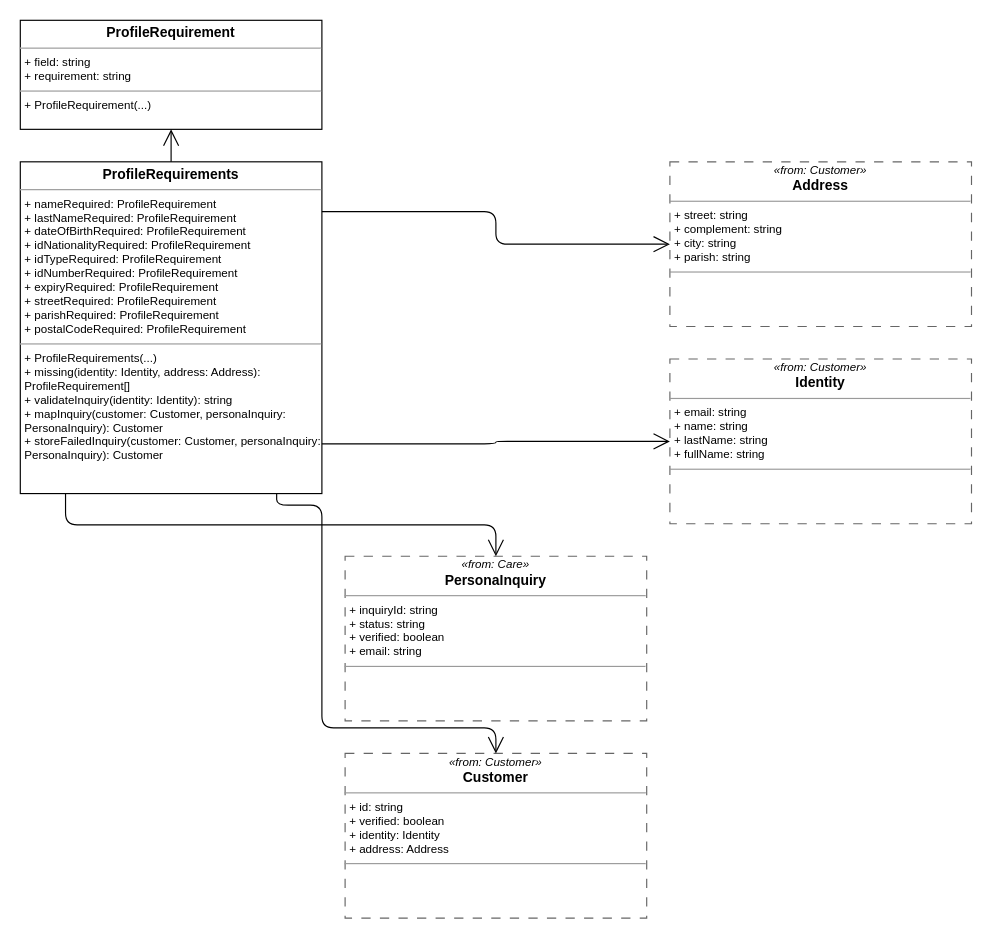
The draw.io diagram practices/clean_engineering/model/.examples/actual/from-drawio/to-drawio/KYC/kyc.drawio in abd-works/abd-context-driven-delivery, before the edit. Source tidied: cells renumbered, new cells numbered last; positions are measured from the earlier drawing's top-left corner, leaving out a move shared by most shapes. Both pictures are drawn from the tidied source at 116%, with x=0, y=0 at pixel (20, 20).
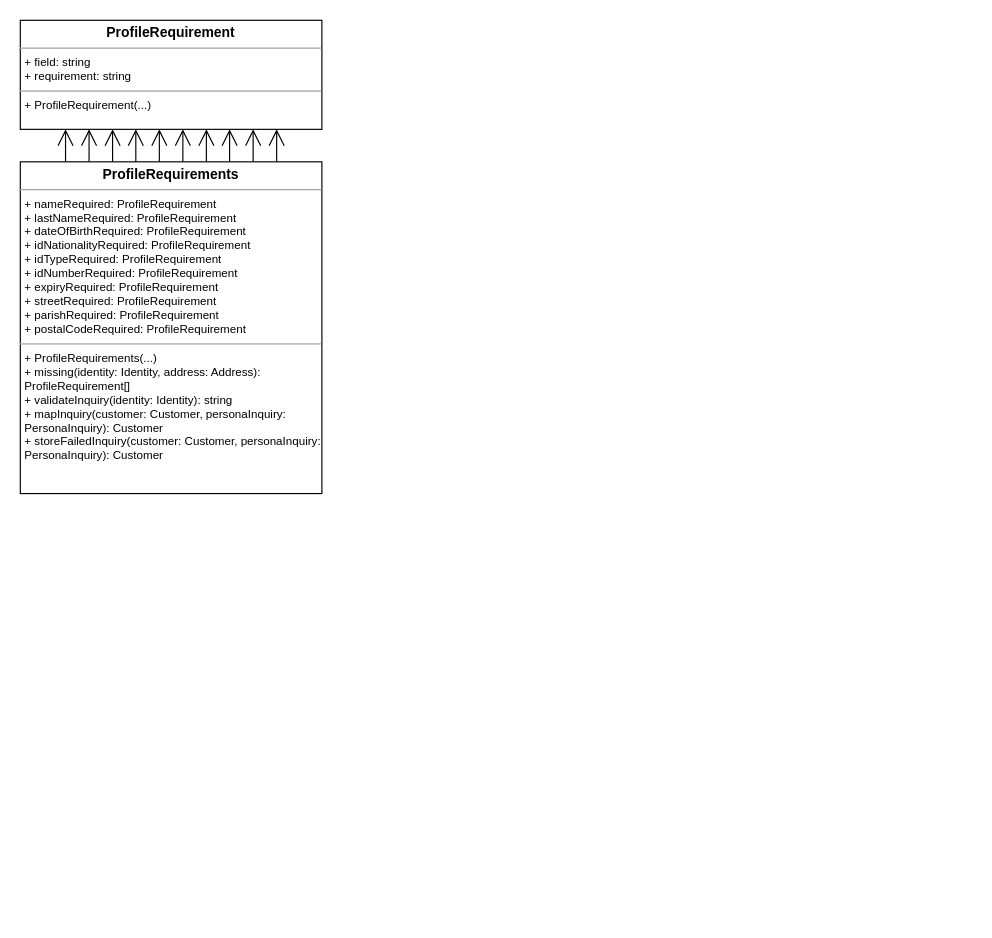
Above is the later version.

Diff of the diagram source:
```diff
@@
 <mxGraphModel>
   <root>
     <mxCell id="0" />
     <mxCell id="1" parent="0" />
-    <mxCell id="2" value="&lt;p style=&quot;margin:0px;margin-top:2px;text-align:center;font-size:10px;&quot;&gt;&lt;i&gt;«from: Care»&lt;/i&gt;&lt;/p&gt;&lt;p style=&quot;margin:0px;text-align:center;&quot;&gt;&lt;b&gt;PersonaInquiry&lt;/b&gt;&lt;/p&gt;&lt;hr size=&quot;1&quot;/&gt;&lt;p style=&quot;margin:0px;margin-left:4px;font-size:10px;&quot;&gt;+ inquiryId: string&lt;br/&gt;+ status: string&lt;br/&gt;+ verified: boolean&lt;br/&gt;+ email: string&lt;br/&gt;&lt;/p&gt;&lt;hr size=&quot;1&quot;/&gt;&lt;p style=&quot;margin:0px;margin-left:4px;font-size:10px;&quot;&gt;&lt;br/&gt;&lt;/p&gt;" style="verticalAlign=top;align=left;overflow=fill;fontSize=12;fontFamily=Helvetica;html=1;whiteSpace=wrap;dashed=1;dashPattern=8 8;strokeColor=#666666;" parent="1" vertex="1">
-      <mxGeometry x="280" y="462" width="260" height="142" as="geometry" />
-    </mxCell>
-    <mxCell id="3" value="&lt;p style=&quot;margin:0px;margin-top:2px;text-align:center;font-size:10px;&quot;&gt;&lt;i&gt;«from: Customer»&lt;/i&gt;&lt;/p&gt;&lt;p style=&quot;margin:0px;text-align:center;&quot;&gt;&lt;b&gt;Address&lt;/b&gt;&lt;/p&gt;&lt;hr size=&quot;1&quot;/&gt;&lt;p style=&quot;margin:0px;margin-left:4px;font-size:10px;&quot;&gt;+ street: string&lt;br/&gt;+ complement: string&lt;br/&gt;+ city: string&lt;br/&gt;+ parish: string&lt;br/&gt;&lt;/p&gt;&lt;hr size=&quot;1&quot;/&gt;&lt;p style=&quot;margin:0px;margin-left:4px;font-size:10px;&quot;&gt;&lt;br/&gt;&lt;/p&gt;" style="verticalAlign=top;align=left;overflow=fill;fontSize=12;fontFamily=Helvetica;html=1;whiteSpace=wrap;dashed=1;dashPattern=8 8;strokeColor=#666666;" parent="1" vertex="1">
-      <mxGeometry x="560" y="122" width="260" height="142" as="geometry" />
-    </mxCell>
-    <mxCell id="4" value="&lt;p style=&quot;margin:0px;margin-top:2px;text-align:center;font-size:10px;&quot;&gt;&lt;i&gt;«from: Customer»&lt;/i&gt;&lt;/p&gt;&lt;p style=&quot;margin:0px;text-align:center;&quot;&gt;&lt;b&gt;Customer&lt;/b&gt;&lt;/p&gt;&lt;hr size=&quot;1&quot;/&gt;&lt;p style=&quot;margin:0px;margin-left:4px;font-size:10px;&quot;&gt;+ id: string&lt;br/&gt;+ verified: boolean&lt;br/&gt;+ identity: Identity&lt;br/&gt;+ address: Address&lt;br/&gt;&lt;/p&gt;&lt;hr size=&quot;1&quot;/&gt;&lt;p style=&quot;margin:0px;margin-left:4px;font-size:10px;&quot;&gt;&lt;br/&gt;&lt;/p&gt;" style="verticalAlign=top;align=left;overflow=fill;fontSize=12;fontFamily=Helvetica;html=1;whiteSpace=wrap;dashed=1;dashPattern=8 8;strokeColor=#666666;" parent="1" vertex="1">
-      <mxGeometry x="280" y="632" width="260" height="142" as="geometry" />
-    </mxCell>
-    <mxCell id="5" value="&lt;p style=&quot;margin:0px;margin-top:2px;text-align:center;font-size:10px;&quot;&gt;&lt;i&gt;«from: Customer»&lt;/i&gt;&lt;/p&gt;&lt;p style=&quot;margin:0px;text-align:center;&quot;&gt;&lt;b&gt;Identity&lt;/b&gt;&lt;/p&gt;&lt;hr size=&quot;1&quot;/&gt;&lt;p style=&quot;margin:0px;margin-left:4px;font-size:10px;&quot;&gt;+ email: string&lt;br/&gt;+ name: string&lt;br/&gt;+ lastName: string&lt;br/&gt;+ fullName: string&lt;br/&gt;&lt;/p&gt;&lt;hr size=&quot;1&quot;/&gt;&lt;p style=&quot;margin:0px;margin-left:4px;font-size:10px;&quot;&gt;&lt;br/&gt;&lt;/p&gt;" style="verticalAlign=top;align=left;overflow=fill;fontSize=12;fontFamily=Helvetica;html=1;whiteSpace=wrap;dashed=1;dashPattern=8 8;strokeColor=#666666;" parent="1" vertex="1">
-      <mxGeometry x="560" y="292" width="260" height="142" as="geometry" />
-    </mxCell>
     <mxCell id="6" value="&lt;p style=&quot;margin:0px;margin-top:4px;text-align:center;&quot;&gt;&lt;b&gt;ProfileRequirement&lt;/b&gt;&lt;/p&gt;&lt;hr size=&quot;1&quot;/&gt;&lt;p style=&quot;margin:0px;margin-left:4px;font-size:10px;&quot;&gt;+ field: string&lt;br/&gt;+ requirement: string&lt;br/&gt;&lt;/p&gt;&lt;hr size=&quot;1&quot;/&gt;&lt;p style=&quot;margin:0px;margin-left:4px;font-size:10px;&quot;&gt;+ ProfileRequirement(...)&lt;br/&gt;&lt;/p&gt;" style="verticalAlign=top;align=left;overflow=fill;fontSize=12;fontFamily=Helvetica;html=1;whiteSpace=wrap;" parent="1" vertex="1">
       <mxGeometry width="260" height="94" as="geometry" />
     </mxCell>
     <mxCell id="7" value="&lt;p style=&quot;margin:0px;margin-top:4px;text-align:center;&quot;&gt;&lt;b&gt;ProfileRequirements&lt;/b&gt;&lt;/p&gt;&lt;hr size=&quot;1&quot;/&gt;&lt;p style=&quot;margin:0px;margin-left:4px;font-size:10px;&quot;&gt;+ nameRequired: ProfileRequirement&lt;br/&gt;+ lastNameRequired: ProfileRequirement&lt;br/&gt;+ dateOfBirthRequired: ProfileRequirement&lt;br/&gt;+ idNationalityRequired: ProfileRequirement&lt;br/&gt;+ idTypeRequired: ProfileRequirement&lt;br/&gt;+ idNumberRequired: ProfileRequirement&lt;br/&gt;+ expiryRequired: ProfileRequirement&lt;br/&gt;+ streetRequired: ProfileRequirement&lt;br/&gt;+ parishRequired: ProfileRequirement&lt;br/&gt;+ postalCodeRequired: ProfileRequirement&lt;br/&gt;&lt;/p&gt;&lt;hr size=&quot;1&quot;/&gt;&lt;p style=&quot;margin:0px;margin-left:4px;font-size:10px;&quot;&gt;+ ProfileRequirements(...)&lt;br/&gt;+ missing(identity: Identity, address: Address): ProfileRequirement[]&lt;br/&gt;+ validateInquiry(identity: Identity): string&lt;br/&gt;+ mapInquiry(customer: Customer, personaInquiry: PersonaInquiry): Customer&lt;br/&gt;+ storeFailedInquiry(customer: Customer, personaInquiry: PersonaInquiry): Customer&lt;br/&gt;&lt;/p&gt;" style="verticalAlign=top;align=left;overflow=fill;fontSize=12;fontFamily=Helvetica;html=1;whiteSpace=wrap;" parent="1" vertex="1">
       <mxGeometry y="122" width="260" height="286" as="geometry" />
     </mxCell>
-    <mxCell id="8" style="edgeStyle=orthogonalEdgeStyle;rounded=1;endArrow=open;endSize=12;html=1;exitX=0.5;exitY=0.0;exitDx=0;exitDy=0;entryX=0.5;entryY=1.0;entryDx=0;entryDy=0;" parent="1" edge="1" source="7" target="6">
+    <mxCell id="8" style="edgeStyle=orthogonalEdgeStyle;rounded=1;endArrow=open;endSize=12;html=1;exitX=0.15;exitY=0.0;exitDx=0;exitDy=0;entryX=0.15;entryY=1.0;entryDx=0;entryDy=0;" parent="1" edge="1" source="7" target="6">
       <mxGeometry relative="1" as="geometry" />
     </mxCell>
-    <mxCell id="9" style="edgeStyle=orthogonalEdgeStyle;rounded=1;endArrow=open;endSize=12;html=1;exitX=0.15;exitY=1.0;exitDx=0;exitDy=0;entryX=0.5;entryY=0.0;entryDx=0;entryDy=0;" parent="1" edge="1" source="7" target="2">
+    <mxCell id="9" style="edgeStyle=orthogonalEdgeStyle;rounded=1;endArrow=open;endSize=12;html=1;exitX=0.228;exitY=0.0;exitDx=0;exitDy=0;entryX=0.228;entryY=1.0;entryDx=0;entryDy=0;" parent="1" edge="1" source="7" target="6">
       <mxGeometry relative="1" as="geometry" />
     </mxCell>
-    <mxCell id="10" style="edgeStyle=orthogonalEdgeStyle;rounded=1;endArrow=open;endSize=12;html=1;exitX=1.0;exitY=0.15;exitDx=0;exitDy=0;entryX=0.0;entryY=0.5;entryDx=0;entryDy=0;" parent="1" edge="1" source="7" target="3">
+    <mxCell id="10" style="edgeStyle=orthogonalEdgeStyle;rounded=1;endArrow=open;endSize=12;html=1;exitX=0.306;exitY=0.0;exitDx=0;exitDy=0;entryX=0.306;entryY=1.0;entryDx=0;entryDy=0;" parent="1" edge="1" source="7" target="6">
       <mxGeometry relative="1" as="geometry" />
     </mxCell>
-    <mxCell id="11" style="edgeStyle=orthogonalEdgeStyle;rounded=1;endArrow=open;endSize=12;html=1;exitX=1.0;exitY=0.85;exitDx=0;exitDy=0;entryX=0.0;entryY=0.5;entryDx=0;entryDy=0;" parent="1" edge="1" source="7" target="5">
+    <mxCell id="11" style="edgeStyle=orthogonalEdgeStyle;rounded=1;endArrow=open;endSize=12;html=1;exitX=0.383;exitY=0.0;exitDx=0;exitDy=0;entryX=0.383;entryY=1.0;entryDx=0;entryDy=0;" parent="1" edge="1" source="7" target="6">
       <mxGeometry relative="1" as="geometry" />
     </mxCell>
-    <mxCell id="12" style="edgeStyle=orthogonalEdgeStyle;rounded=1;endArrow=open;endSize=12;html=1;exitX=0.85;exitY=1.0;exitDx=0;exitDy=0;entryX=0.5;entryY=0.0;entryDx=0;entryDy=0;" parent="1" edge="1" source="7" target="4">
-      <mxGeometry relative="1" as="geometry">
-        <Array as="points">
-          <mxPoint x="221" y="418" />
-          <mxPoint x="260" y="418" />
-          <mxPoint x="260" y="610" />
-          <mxPoint x="410" y="610" />
-        </Array>
-      </mxGeometry>
+    <mxCell id="12" style="edgeStyle=orthogonalEdgeStyle;rounded=1;endArrow=open;endSize=12;html=1;exitX=0.461;exitY=0.0;exitDx=0;exitDy=0;entryX=0.461;entryY=1.0;entryDx=0;entryDy=0;" parent="1" edge="1" source="7" target="6">
+      <mxGeometry relative="1" as="geometry" />
     </mxCell>
+    <mxCell id="13" style="edgeStyle=orthogonalEdgeStyle;rounded=1;endArrow=open;endSize=12;html=1;exitX=0.539;exitY=0.0;exitDx=0;exitDy=0;entryX=0.539;entryY=1.0;entryDx=0;entryDy=0;" parent="1" edge="1" source="7" target="6">
+      <mxGeometry relative="1" as="geometry" />
+    </mxCell>
+    <mxCell id="14" style="edgeStyle=orthogonalEdgeStyle;rounded=1;endArrow=open;endSize=12;html=1;exitX=0.617;exitY=0.0;exitDx=0;exitDy=0;entryX=0.617;entryY=1.0;entryDx=0;entryDy=0;" parent="1" edge="1" source="7" target="6">
+      <mxGeometry relative="1" as="geometry" />
+    </mxCell>
+    <mxCell id="15" style="edgeStyle=orthogonalEdgeStyle;rounded=1;endArrow=open;endSize=12;html=1;exitX=0.694;exitY=0.0;exitDx=0;exitDy=0;entryX=0.694;entryY=1.0;entryDx=0;entryDy=0;" parent="1" edge="1" source="7" target="6">
+      <mxGeometry relative="1" as="geometry" />
+    </mxCell>
+    <mxCell id="16" style="edgeStyle=orthogonalEdgeStyle;rounded=1;endArrow=open;endSize=12;html=1;exitX=0.772;exitY=0.0;exitDx=0;exitDy=0;entryX=0.772;entryY=1.0;entryDx=0;entryDy=0;" parent="1" edge="1" source="7" target="6">
+      <mxGeometry relative="1" as="geometry" />
+    </mxCell>
+    <mxCell id="17" style="edgeStyle=orthogonalEdgeStyle;rounded=1;endArrow=open;endSize=12;html=1;exitX=0.85;exitY=0.0;exitDx=0;exitDy=0;entryX=0.85;entryY=1.0;entryDx=0;entryDy=0;" parent="1" edge="1" source="7" target="6">
+      <mxGeometry relative="1" as="geometry" />
+    </mxCell>
   </root>
 </mxGraphModel>
```
